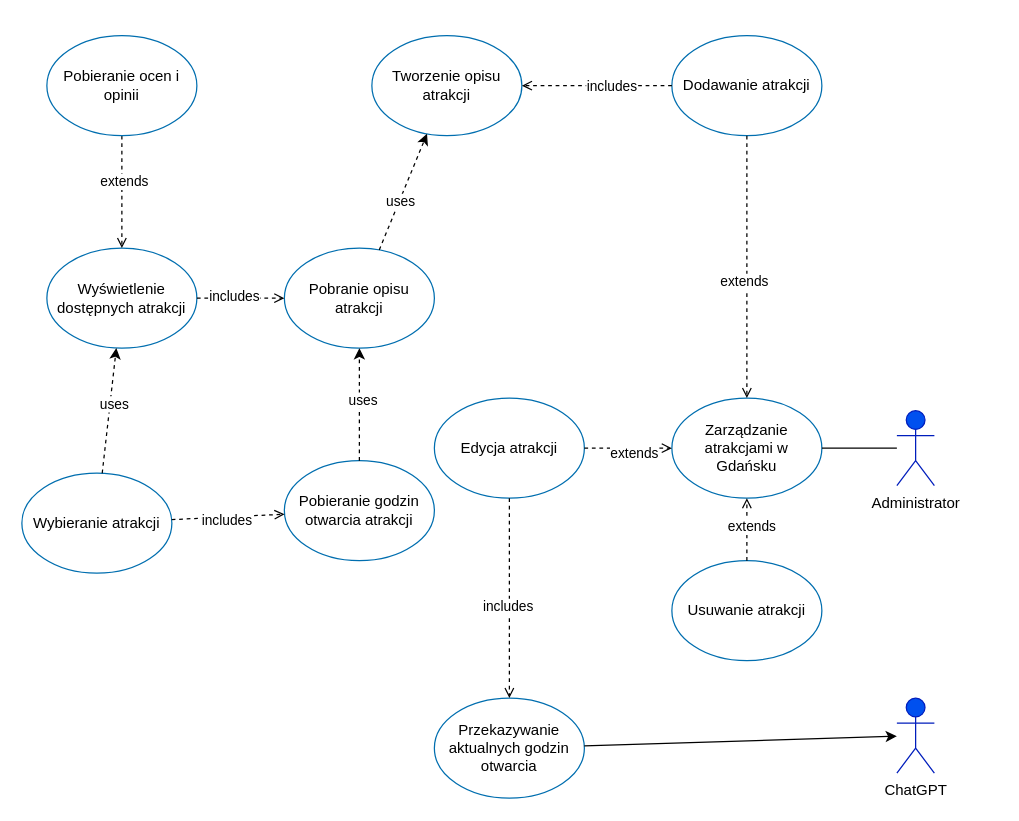
EngineerDiplomaTeam/city-map-planner keeps this draw.io diagram as Documentation/attachments/Paneladmin.drawio. Above is the earlier version. Source tidied: cells renumbered, new cells numbered last; positions are measured from the earlier drawing's top-left corner, leaving out a move shared by most shapes. Both pictures are drawn from the tidied source at 125%, with x=0, y=0 at pixel (21, 35).
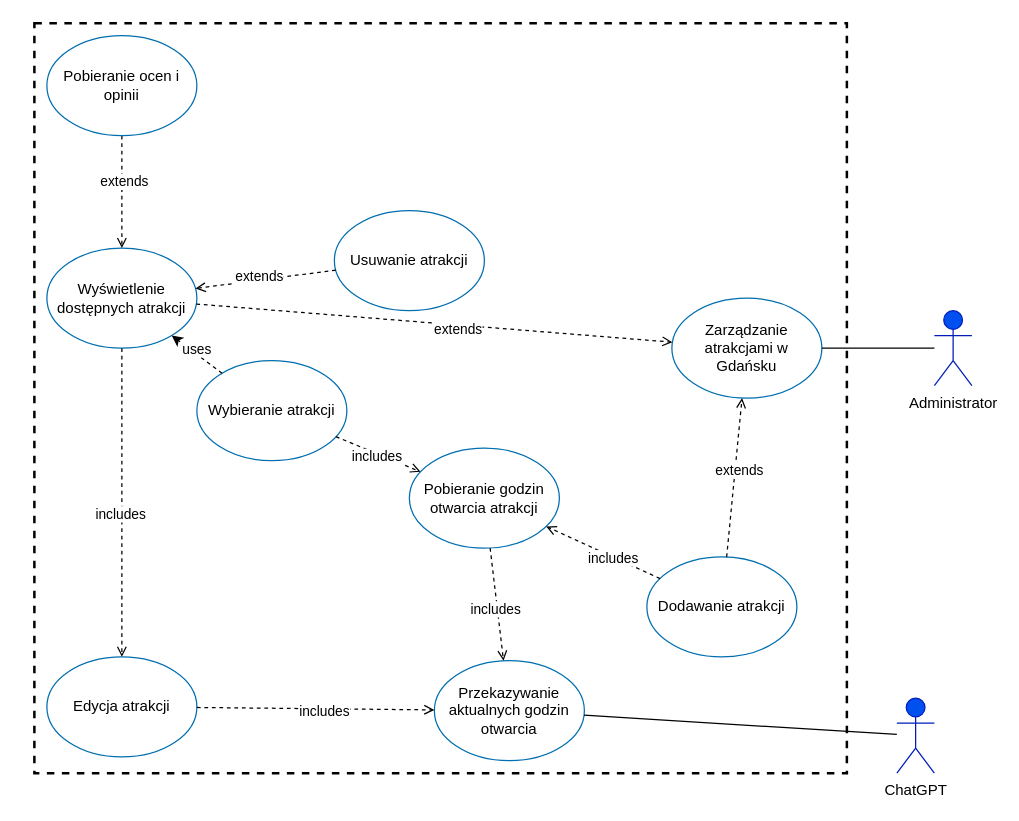
The same page after the edit.

Unchanged cells that the change refers to:
```xml
<mxCell id="5" value="&lt;font color=&quot;#000000&quot;&gt;Wyświetlenie dostępnych atrakcji&lt;/font&gt;" style="ellipse;whiteSpace=wrap;html=1;fillColor=none;fontColor=default;strokeColor=#006EAF;labelBackgroundColor=none;labelBorderColor=none;labelPosition=center;verticalLabelPosition=middle;align=center;verticalAlign=middle;" parent="1" vertex="1">
  <mxGeometry x="20" y="170" width="120" height="80" as="geometry" />
</mxCell>
<mxCell id="34" value="ChatGPT" style="shape=umlActor;verticalLabelPosition=bottom;verticalAlign=top;html=1;outlineConnect=0;fillColor=#0050ef;fontColor=#000000;strokeColor=#001DBC;" parent="1" vertex="1">
  <mxGeometry x="700" y="530" width="30" height="60" as="geometry" />
</mxCell>
```

Change to the diagram source:
```diff
@@
     <mxCell id="2" value="Administrator" style="shape=umlActor;verticalLabelPosition=bottom;verticalAlign=top;html=1;outlineConnect=0;fillColor=#0050ef;fontColor=#000000;strokeColor=#001DBC;" parent="1" vertex="1">
-      <mxGeometry x="700" y="300" width="30" height="60" as="geometry" />
+      <mxGeometry x="730" y="220" width="30" height="60" as="geometry" />
     </mxCell>
     <mxCell id="3" value="&lt;font color=&quot;#000000&quot;&gt;Zarządzanie atrakcjami w Gdańsku&lt;/font&gt;" style="ellipse;whiteSpace=wrap;html=1;fillColor=none;fontColor=default;strokeColor=#006EAF;labelBackgroundColor=none;labelBorderColor=none;labelPosition=center;verticalLabelPosition=middle;align=center;verticalAlign=middle;" parent="1" vertex="1">
-      <mxGeometry x="520" y="290" width="120" height="80" as="geometry" />
+      <mxGeometry x="520" y="210" width="120" height="80" as="geometry" />
     </mxCell>
@@
     <mxCell id="8" value="&lt;font color=&quot;#000000&quot;&gt;Pobieranie godzin otwarcia atrakcji&lt;br&gt;&lt;/font&gt;" style="ellipse;whiteSpace=wrap;html=1;fillColor=none;fontColor=default;strokeColor=#006EAF;labelBackgroundColor=none;labelBorderColor=none;labelPosition=center;verticalLabelPosition=middle;align=center;verticalAlign=middle;" parent="1" vertex="1">
-      <mxGeometry x="210" y="340" width="120" height="80" as="geometry" />
+      <mxGeometry x="310" y="330" width="120" height="80" as="geometry" />
     </mxCell>
     <mxCell id="9" value="&lt;font color=&quot;#000000&quot;&gt;Dodawanie atrakcji&lt;/font&gt;" style="ellipse;whiteSpace=wrap;html=1;fillColor=none;fontColor=default;strokeColor=#006EAF;labelBackgroundColor=none;labelBorderColor=none;labelPosition=center;verticalLabelPosition=middle;align=center;verticalAlign=middle;" parent="1" vertex="1">
-      <mxGeometry x="520" width="120" height="80" as="geometry" />
+      <mxGeometry x="500" y="417" width="120" height="80" as="geometry" />
     </mxCell>
     <mxCell id="10" value="&lt;font color=&quot;#000000&quot;&gt;Usuwanie atrakcji&lt;/font&gt;" style="ellipse;whiteSpace=wrap;html=1;fillColor=none;fontColor=default;strokeColor=#006EAF;labelBackgroundColor=none;labelBorderColor=none;labelPosition=center;verticalLabelPosition=middle;align=center;verticalAlign=middle;" parent="1" vertex="1">
-      <mxGeometry x="520" y="420" width="120" height="80" as="geometry" />
+      <mxGeometry x="250" y="140" width="120" height="80" as="geometry" />
     </mxCell>
     <mxCell id="11" value="&lt;font color=&quot;#000000&quot;&gt;Edycja atrakcji&lt;/font&gt;" style="ellipse;whiteSpace=wrap;html=1;fillColor=none;fontColor=default;strokeColor=#006EAF;labelBackgroundColor=none;labelBorderColor=none;labelPosition=center;verticalLabelPosition=middle;align=center;verticalAlign=middle;" parent="1" vertex="1">
-      <mxGeometry x="330" y="290" width="120" height="80" as="geometry" />
+      <mxGeometry x="20" y="497" width="120" height="80" as="geometry" />
     </mxCell>
-    <mxCell id="12" style="endArrow=open;html=1;rounded=0;strokeColor=#000000;endFill=0;dashed=1;" parent="1" edge="1" source="10" target="3">
+    <mxCell id="12" style="endArrow=open;html=1;rounded=0;strokeColor=#000000;endFill=0;dashed=1;" parent="1" edge="1" source="10" target="5">
       <mxGeometry relative="1" as="geometry" />
     </mxCell>
@@
-    <mxCell id="16" style="endArrow=open;html=1;rounded=0;strokeColor=#000000;endFill=0;dashed=1;" parent="1" edge="1" source="11" target="3">
+    <mxCell id="16" style="endArrow=open;html=1;rounded=0;strokeColor=#000000;endFill=0;dashed=1;" parent="1" edge="1" source="5" target="3">
       <mxGeometry relative="1" as="geometry" />
     </mxCell>
@@
     <mxCell id="19" value="&lt;font color=&quot;#000000&quot;&gt;Wybieranie atrakcji&lt;/font&gt;" style="ellipse;whiteSpace=wrap;html=1;fillColor=none;fontColor=default;strokeColor=#006EAF;labelBackgroundColor=none;labelBorderColor=none;labelPosition=center;verticalLabelPosition=middle;align=center;verticalAlign=middle;" parent="1" vertex="1">
-      <mxGeometry y="350" width="120" height="80" as="geometry" />
+      <mxGeometry x="140" y="260" width="120" height="80" as="geometry" />
     </mxCell>
@@
-    <mxCell id="22" value="&lt;font color=&quot;#000000&quot;&gt;Tworzenie opisu atrakcji&lt;/font&gt;" style="ellipse;whiteSpace=wrap;html=1;fillColor=none;fontColor=default;strokeColor=#006EAF;labelBackgroundColor=none;labelBorderColor=none;labelPosition=center;verticalLabelPosition=middle;align=center;verticalAlign=middle;" parent="1" vertex="1">
-      <mxGeometry x="280" width="120" height="80" as="geometry" />
-    </mxCell>
-    <mxCell id="23" value="&lt;font color=&quot;#000000&quot;&gt;Pobranie opisu atrakcji&lt;/font&gt;" style="ellipse;whiteSpace=wrap;html=1;fillColor=none;fontColor=default;strokeColor=#006EAF;labelBackgroundColor=none;labelBorderColor=none;labelPosition=center;verticalLabelPosition=middle;align=center;verticalAlign=middle;" parent="1" vertex="1">
-      <mxGeometry x="210" y="170" width="120" height="80" as="geometry" />
-    </mxCell>
-    <mxCell id="24" style="endArrow=classic;html=1;rounded=0;strokeColor=#000000;endFill=1;dashed=1;" parent="1" edge="1" source="23" target="22">
-      <mxGeometry relative="1" as="geometry" />
-    </mxCell>
-    <mxCell id="25" value="uses" style="edgeLabel;html=1;align=center;verticalAlign=middle;" parent="24" vertex="1">
-      <mxGeometry x="-0.17" y="-1" relative="1" as="geometry" />
-    </mxCell>
-    <mxCell id="26" style="endArrow=open;html=1;rounded=0;strokeColor=#000000;endFill=0;dashed=1;" parent="1" edge="1" source="5" target="23">
-      <mxGeometry relative="1" as="geometry" />
-    </mxCell>
-    <mxCell id="27" value="includes" style="edgeLabel;html=1;align=center;verticalAlign=middle;" parent="26" vertex="1">
-      <mxGeometry x="-0.18" y="1" relative="1" as="geometry">
-        <mxPoint y="-1" as="offset" />
-      </mxGeometry>
-    </mxCell>
@@
-    <mxCell id="30" style="endArrow=classic;html=1;rounded=0;strokeColor=#000000;endFill=1;dashed=1;" parent="1" edge="1" source="8" target="23">
-      <mxGeometry relative="1" as="geometry" />
-    </mxCell>
-    <mxCell id="31" value="uses" style="edgeLabel;html=1;align=center;verticalAlign=middle;" parent="30" vertex="1">
-      <mxGeometry x="0.08" y="-2" relative="1" as="geometry" />
-    </mxCell>
-    <mxCell id="32" style="endArrow=open;html=1;rounded=0;strokeColor=#000000;endFill=0;dashed=1;" parent="1" edge="1" source="9" target="22">
+    <mxCell id="32" style="endArrow=open;html=1;rounded=0;strokeColor=#000000;endFill=0;dashed=1;" parent="1" edge="1" source="9" target="8">
       <mxGeometry relative="1" as="geometry" />
     </mxCell>
@@
     <mxCell id="35" value="Przekazywanie&lt;br&gt;aktualnych godzin otwarcia" style="ellipse;whiteSpace=wrap;html=1;fillColor=none;fontColor=default;strokeColor=#006EAF;labelBackgroundColor=none;labelBorderColor=none;labelPosition=center;verticalLabelPosition=middle;align=center;verticalAlign=middle;" parent="1" vertex="1">
-      <mxGeometry x="330" y="530" width="120" height="80" as="geometry" />
+      <mxGeometry x="330" y="500" width="120" height="80" as="geometry" />
     </mxCell>
-    <mxCell id="36" style="endArrow=classic;html=1;rounded=0;" parent="1" edge="1" source="35" target="34">
-      <mxGeometry relative="1" as="geometry" />
-    </mxCell>
@@
+    <mxCell id="39" style="endArrow=open;html=1;rounded=0;strokeColor=#000000;endFill=0;dashed=1;" parent="1" edge="1" source="8" target="35">
+      <mxGeometry relative="1" as="geometry" />
+    </mxCell>
+    <mxCell id="40" value="includes" style="edgeLabel;html=1;align=center;verticalAlign=middle;" parent="39" vertex="1">
+      <mxGeometry x="0.07" y="-2" relative="1" as="geometry" />
+    </mxCell>
+    <mxCell id="41" style="endArrow=open;html=1;rounded=0;strokeColor=#000000;endFill=0;dashed=1;entryX=0.5;entryY=0;entryDx=0;entryDy=0;" parent="1" edge="1" source="5" target="11">
+      <mxGeometry relative="1" as="geometry" />
+    </mxCell>
+    <mxCell id="42" value="includes" style="edgeLabel;html=1;align=center;verticalAlign=middle;" parent="41" vertex="1">
+      <mxGeometry x="0.07" y="-2" relative="1" as="geometry" />
+    </mxCell>
+    <mxCell id="43" style="rounded=0;whiteSpace=wrap;html=1;fillColor=none;strokeWidth=2;dashed=1;" parent="1" vertex="1">
+      <mxGeometry x="10" y="-10" width="650" height="600" as="geometry" />
+    </mxCell>
+    <mxCell id="44" style="endArrow=none;html=1;rounded=0;strokeColor=#000000;endFill=0;" parent="1" edge="1" source="34" target="35">
+      <mxGeometry relative="1" as="geometry" />
+    </mxCell>
```
